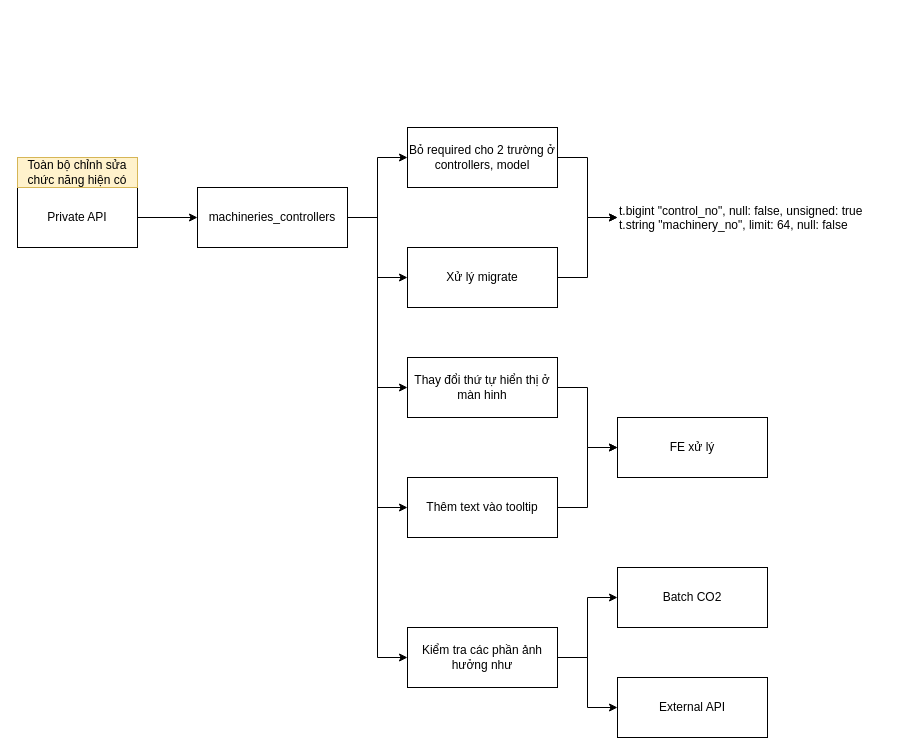
This is page "A-96" (4 of 10) of Spec tháng 7.drawio from hoangpn256/diagram, a draw.io file, before an edit. Source tidied: cells renumbered, new cells numbered last; positions are measured from the earlier drawing's top-left corner, leaving out a move shared by most shapes. Both pictures are drawn from the tidied source at 100%, with x=0, y=0 at pixel (17, 127).
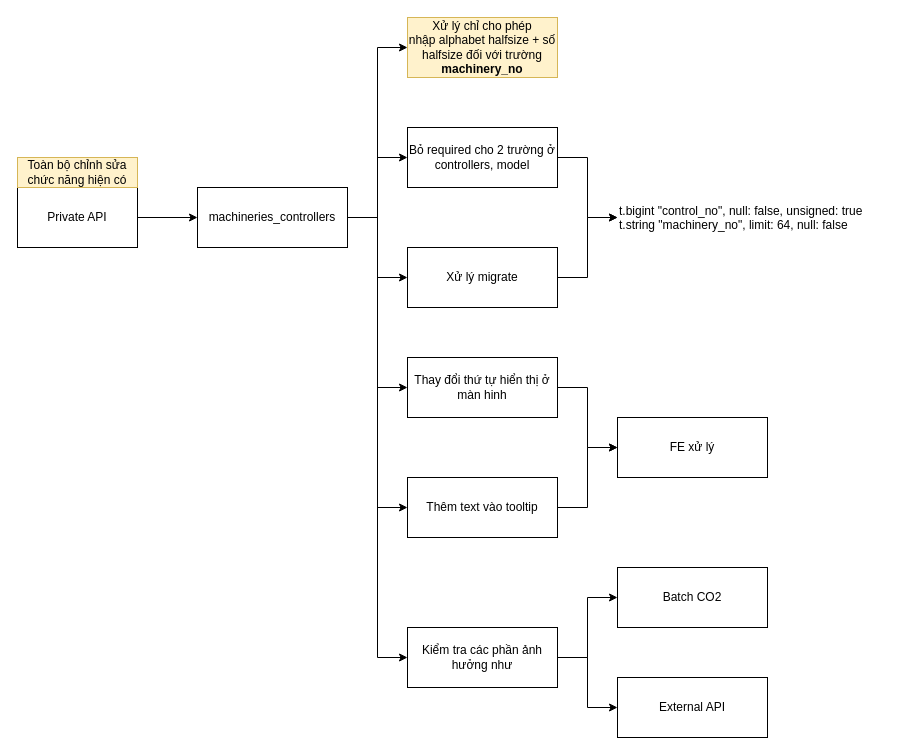
The same diagram, later.

The change refers to these unchanged cells:
```xml
<mxCell id="9" value="machineries_controllers" style="rounded=0;whiteSpace=wrap;html=1;" parent="1" vertex="1">
  <mxGeometry x="180" y="60" width="150" height="60" as="geometry" />
</mxCell>
```

Change to the diagram source:
```diff
@@
+    <mxCell id="26" style="edgeStyle=orthogonalEdgeStyle;rounded=0;jettySize=auto;html=1;exitX=1;exitY=0.5;exitDx=0;exitDy=0;entryX=0;entryY=0.5;entryDx=0;entryDy=0;" parent="1" edge="1" source="9" target="27">
+      <mxGeometry relative="1" as="geometry" />
+    </mxCell>
@@
+    <mxCell id="27" value="Xử lý chỉ cho phép nhập&amp;nbsp;alphabet halfsize + số halfsize đối với trường &lt;b&gt;machinery_no&lt;/b&gt;" style="rounded=0;whiteSpace=wrap;html=1;fillColor=#fff2cc;strokeColor=#d6b656;" parent="1" vertex="1">
+      <mxGeometry x="390" y="-110" width="150" height="60" as="geometry" />
+    </mxCell>
```
